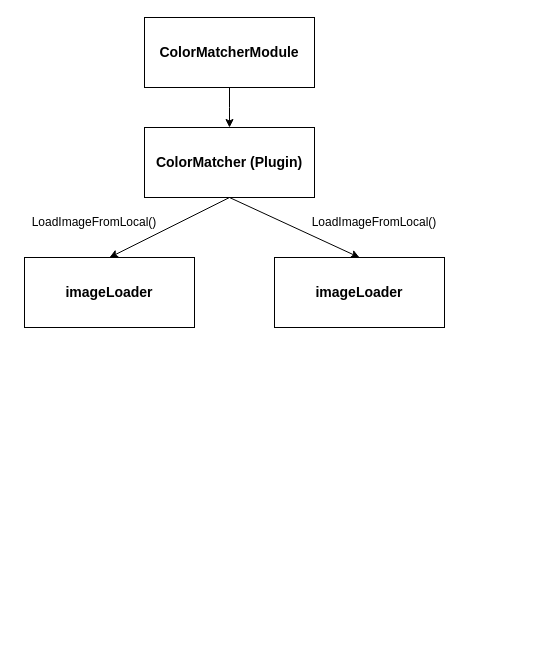
Earlier version of the draw.io diagram 제목 없는 다이어그램.drawio (LimSeokHyun1/Nestjs_Practice). Source tidied: cells renumbered, new cells numbered last; positions are measured from the earlier drawing's top-left corner, leaving out a move shared by most shapes. Both pictures are drawn from the tidied source at 100%, with x=0, y=0 at pixel (24, 17).
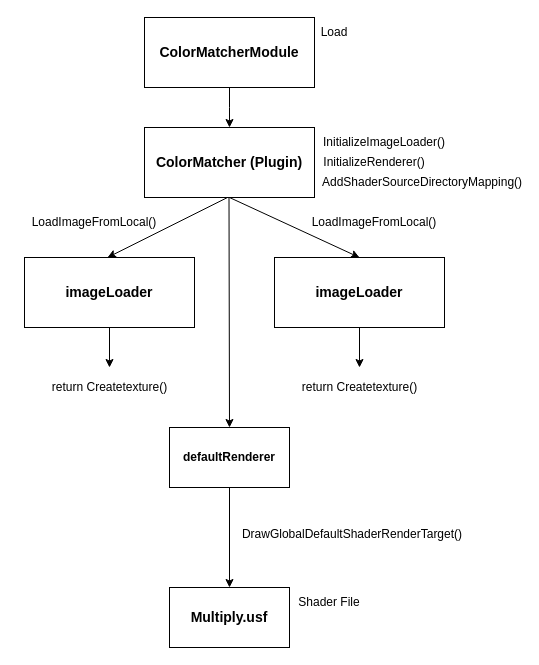
After the change.

Commit message (it also covers changes not shown here):
제목 없는 다이어그램.drawio 업데이트

Unchanged cells that the change refers to:
```xml
<mxCell id="4" value="&lt;b&gt;&lt;font style=&quot;font-size: 14px;&quot;&gt;ColorMatcher (Plugin)&lt;/font&gt;&lt;/b&gt;" style="rounded=0;whiteSpace=wrap;html=1;" parent="1" vertex="1">
  <mxGeometry x="120" y="110" width="170" height="70" as="geometry" />
</mxCell>
<mxCell id="7" value="&lt;b&gt;&lt;font style=&quot;font-size: 14px;&quot;&gt;imageLoader&lt;/font&gt;&lt;/b&gt;" style="rounded=0;whiteSpace=wrap;html=1;" parent="1" vertex="1">
  <mxGeometry y="240" width="170" height="70" as="geometry" />
</mxCell>
<mxCell id="8" value="&lt;b style=&quot;border-color: var(--border-color);&quot;&gt;&lt;font style=&quot;border-color: var(--border-color); font-size: 14px;&quot;&gt;imageLoader&lt;/font&gt;&lt;/b&gt;" style="rounded=0;whiteSpace=wrap;html=1;" parent="1" vertex="1">
  <mxGeometry x="250" y="240" width="170" height="70" as="geometry" />
</mxCell>
```

The edit, as a diff of the source:
```diff
@@
-    <mxCell id="5" style="endArrow=classic;html=1;rounded=0;exitX=0.5;exitY=1;exitDx=0;exitDy=0;entryX=0.5;entryY=0;entryDx=0;entryDy=0;" parent="1" edge="1" source="4" target="7">
-      <mxGeometry relative="1" as="geometry" />
+    <mxCell id="5" style="endArrow=classic;html=1;rounded=0;exitX=0.5;exitY=1;exitDx=0;exitDy=0;entryX=0.5;entryY=0;entryDx=0;entryDy=0;" parent="1" edge="1">
+      <mxGeometry relative="1" as="geometry">
+        <mxPoint x="203" y="180" as="sourcePoint" />
+        <mxPoint x="83" y="240" as="targetPoint" />
+      </mxGeometry>
     </mxCell>
@@
+    <mxCell id="11" style="endArrow=classic;html=1;rounded=0;exitX=0.5;exitY=1;exitDx=0;exitDy=0;" parent="1" edge="1" source="7">
+      <mxGeometry relative="1" as="geometry">
+        <mxPoint x="85" y="350" as="targetPoint" />
+      </mxGeometry>
+    </mxCell>
+    <mxCell id="12" style="endArrow=classic;html=1;rounded=0;exitX=0.5;exitY=1;exitDx=0;exitDy=0;" parent="1" edge="1" source="8">
+      <mxGeometry relative="1" as="geometry">
+        <mxPoint x="335" y="350" as="targetPoint" />
+      </mxGeometry>
+    </mxCell>
+    <mxCell id="13" value="return Createtexture()" style="text;html=1;strokeColor=none;fillColor=none;align=center;verticalAlign=middle;whiteSpace=wrap;rounded=0;" parent="1" vertex="1">
+      <mxGeometry x="-7.5" y="355" width="185" height="30" as="geometry" />
+    </mxCell>
+    <mxCell id="14" value="return Createtexture()" style="text;html=1;strokeColor=none;fillColor=none;align=center;verticalAlign=middle;whiteSpace=wrap;rounded=0;" parent="1" vertex="1">
+      <mxGeometry x="242.5" y="355" width="185" height="30" as="geometry" />
+    </mxCell>
+    <mxCell id="15" style="endArrow=classic;html=1;rounded=0;entryX=0.5;entryY=0;entryDx=0;entryDy=0;" parent="1" edge="1" target="16">
+      <mxGeometry relative="1" as="geometry">
+        <mxPoint x="204.5" y="180" as="sourcePoint" />
+      </mxGeometry>
+    </mxCell>
+    <mxCell id="16" value="&lt;b&gt;defaultRenderer&lt;/b&gt;" style="rounded=0;whiteSpace=wrap;html=1;" parent="1" vertex="1">
+      <mxGeometry x="145" y="410" width="120" height="60" as="geometry" />
+    </mxCell>
+    <mxCell id="17" style="endArrow=classic;html=1;rounded=0;exitX=0.5;exitY=1;exitDx=0;exitDy=0;" parent="1" edge="1" source="16">
+      <mxGeometry relative="1" as="geometry">
+        <mxPoint x="205" y="570" as="targetPoint" />
+      </mxGeometry>
+    </mxCell>
+    <mxCell id="18" value="&lt;b style=&quot;border-color: var(--border-color);&quot;&gt;&lt;font style=&quot;border-color: var(--border-color); font-size: 14px;&quot;&gt;Multiply.usf&lt;/font&gt;&lt;/b&gt;" style="rounded=0;whiteSpace=wrap;html=1;" parent="1" vertex="1">
+      <mxGeometry x="145" y="570" width="120" height="60" as="geometry" />
+    </mxCell>
+    <mxCell id="19" value="DrawGlobalDefaultShaderRenderTarget()" style="text;html=1;strokeColor=none;fillColor=none;align=center;verticalAlign=middle;whiteSpace=wrap;rounded=0;" parent="1" vertex="1">
+      <mxGeometry x="210" y="502" width="236" height="30" as="geometry" />
+    </mxCell>
+    <mxCell id="20" value="Load" style="text;html=1;strokeColor=none;fillColor=none;align=center;verticalAlign=middle;whiteSpace=wrap;rounded=0;" parent="1" vertex="1">
+      <mxGeometry x="280" width="60" height="30" as="geometry" />
+    </mxCell>
+    <mxCell id="21" value="InitializeImageLoader()" style="text;html=1;strokeColor=none;fillColor=none;align=center;verticalAlign=middle;whiteSpace=wrap;rounded=0;" parent="1" vertex="1">
+      <mxGeometry x="330" y="110" width="60" height="30" as="geometry" />
+    </mxCell>
+    <mxCell id="22" value="InitializeRenderer()" style="text;html=1;strokeColor=none;fillColor=none;align=center;verticalAlign=middle;whiteSpace=wrap;rounded=0;" parent="1" vertex="1">
+      <mxGeometry x="320" y="130" width="60" height="30" as="geometry" />
+    </mxCell>
+    <mxCell id="23" value="AddShaderSourceDirectoryMapping()" style="text;html=1;strokeColor=none;fillColor=none;align=center;verticalAlign=middle;whiteSpace=wrap;rounded=0;" parent="1" vertex="1">
+      <mxGeometry x="367.5" y="150" width="60" height="30" as="geometry" />
+    </mxCell>
+    <mxCell id="24" value="Shader File" style="text;html=1;strokeColor=none;fillColor=none;align=center;verticalAlign=middle;whiteSpace=wrap;rounded=0;" parent="1" vertex="1">
+      <mxGeometry x="260" y="570" width="90" height="30" as="geometry" />
+    </mxCell>
```
